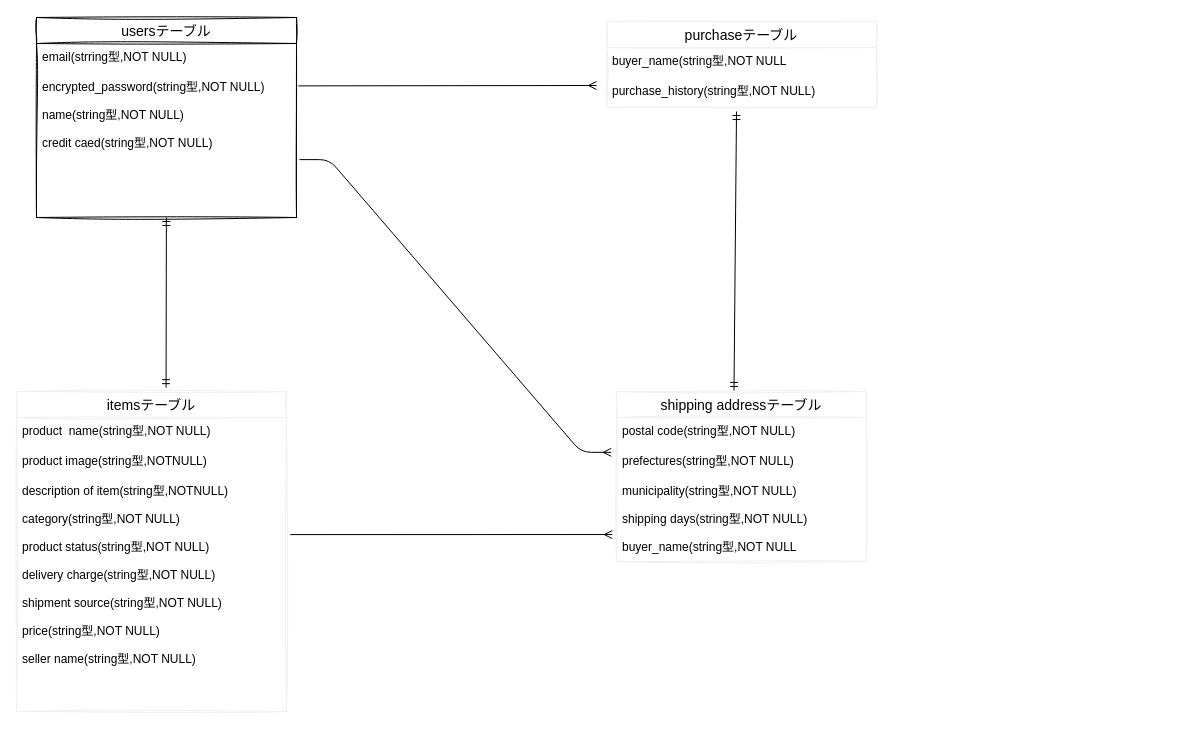
Above: test.dio in ittetu981/furima-35865 (draw.io), before the change. Source tidied: cells renumbered, new cells numbered last; positions are measured from the earlier drawing's top-left corner, leaving out a move shared by most shapes. Both pictures are drawn from the tidied source at 100%, with x=0, y=0 at pixel (16, 17).
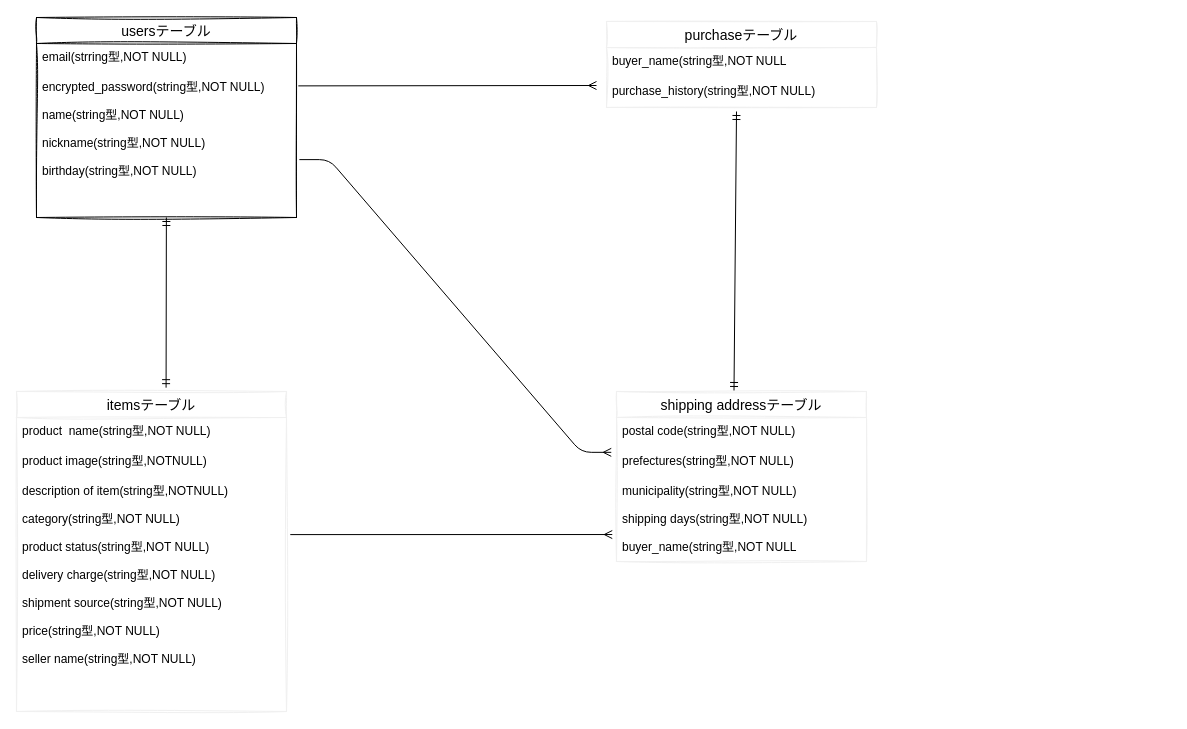
Above is the later version.

The change refers to these unchanged cells:
```xml
<mxCell id="2" value="usersテーブル" style="swimlane;fontStyle=0;horizontal=1;startSize=26;align=center;fontSize=14;sketch=1;" parent="1" vertex="1">
  <mxGeometry x="20" width="260" height="200" as="geometry" />
</mxCell>
```

The edit, as a diff of the source:
```diff
@@
-    <mxCell id="4" value="encrypted_password(string型,NOT NULL)&#10;&#10;name(string型,NOT NULL)&#10;&#10;credit caed(string型,NOT NULL)&#10;" style="text;strokeColor=none;fillColor=none;spacingLeft=4;spacingRight=4;overflow=hidden;points=[[0,0.5],[1,0.5]];portConstraint=eastwest;fontSize=12;" parent="2" vertex="1">
+    <mxCell id="4" value="encrypted_password(string型,NOT NULL)&#10;&#10;name(string型,NOT NULL)&#10;&#10;nickname(string型,NOT NULL)&#10;&#10;birthday(string型,NOT NULL)&#10;&#10;&#10;" style="text;strokeColor=none;fillColor=none;spacingLeft=4;spacingRight=4;overflow=hidden;points=[[0,0.5],[1,0.5]];portConstraint=eastwest;fontSize=12;" parent="2" vertex="1">
       <mxGeometry y="56" width="260" height="144" as="geometry" />
     </mxCell>
```
